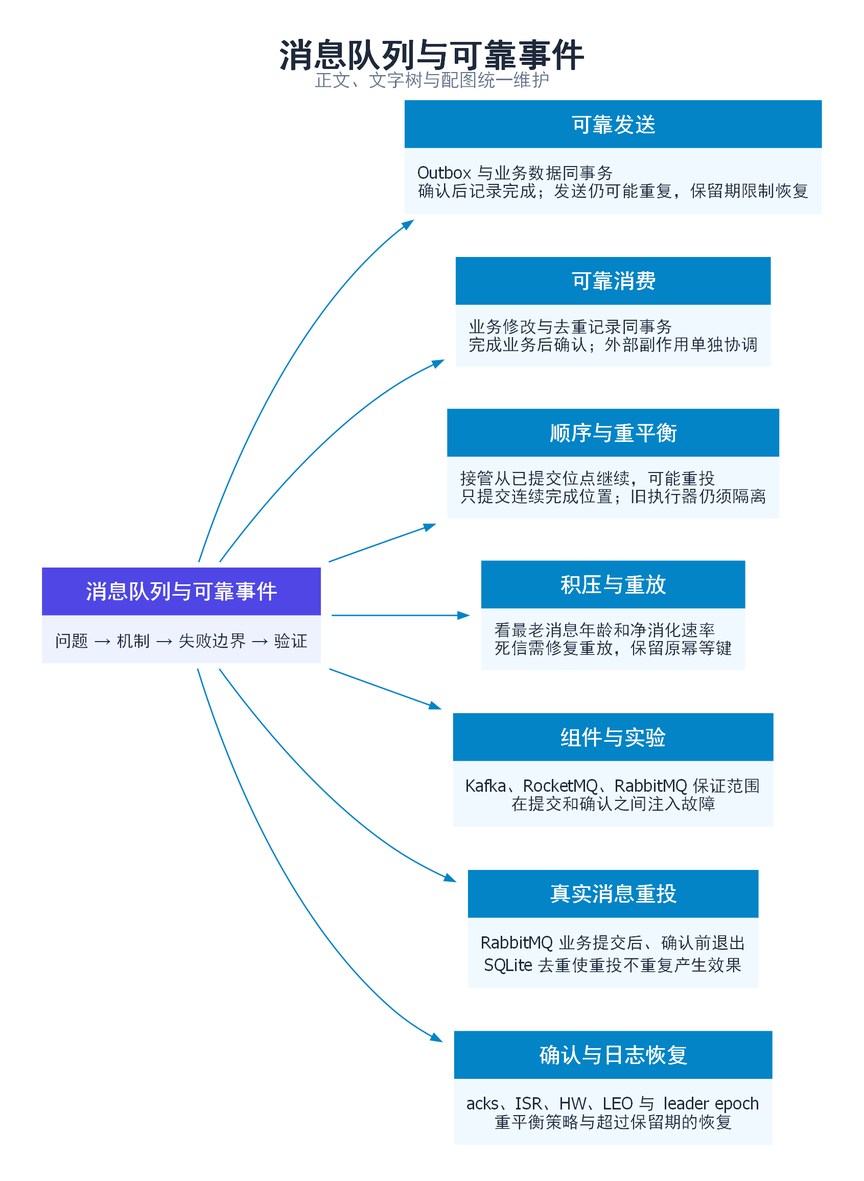
Earlier version of the Graphviz export 分布式系统/images/topic-07-mindmap.png (zingerWang/Jobs). Its source is kept beside it as 分布式系统/images/topic-07-mindmap.dot. Source of this version:
```dot
digraph G {
graph [rankdir=LR, bgcolor="white", dpi=200, pad=0.3, nodesep=0.3, ranksep=0.6, fontname="PingFang SC", labelloc=t, label=<<FONT POINT-SIZE="24" COLOR="#1E293B"><B>消息队列与可靠事件</B></FONT><BR/><FONT POINT-SIZE="13" COLOR="#64748B">正文、文字树与配图统一维护</FONT>>];
node [shape=plaintext, fontname="PingFang SC"];
edge [fontname="PingFang SC", fontsize=11, arrowhead=normal, arrowsize=0.7, color="#0284C7", fontcolor="#0284C7"];
root [label=<<TABLE BORDER="0" CELLBORDER="0" CELLSPACING="0" CELLPADDING="9"><TR><TD BGCOLOR="#4F46E5"><FONT COLOR="white" POINT-SIZE="15"><B>消息队列与可靠事件</B></FONT></TD></TR><TR><TD BGCOLOR="#EEF2FF" ALIGN="LEFT"><FONT COLOR="#1E293B" POINT-SIZE="12">问题 → 机制 → 失败边界 → 验证</FONT></TD></TR></TABLE>>];
n0 [label=<<TABLE BORDER="0" CELLBORDER="0" CELLSPACING="0" CELLPADDING="9"><TR><TD BGCOLOR="#0284C7"><FONT COLOR="white" POINT-SIZE="15"><B>可靠发送</B></FONT></TD></TR><TR><TD BGCOLOR="#F0F9FF" ALIGN="LEFT"><FONT COLOR="#1E293B" POINT-SIZE="12">Outbox 与业务数据同事务<BR ALIGN="LEFT"/>确认后记录完成；发送仍可能重复，保留期限制恢复</FONT></TD></TR></TABLE>>];
n1 [label=<<TABLE BORDER="0" CELLBORDER="0" CELLSPACING="0" CELLPADDING="9"><TR><TD BGCOLOR="#0284C7"><FONT COLOR="white" POINT-SIZE="15"><B>可靠消费</B></FONT></TD></TR><TR><TD BGCOLOR="#F0F9FF" ALIGN="LEFT"><FONT COLOR="#1E293B" POINT-SIZE="12">业务修改与去重记录同事务<BR ALIGN="LEFT"/>完成业务后确认；外部副作用单独协调</FONT></TD></TR></TABLE>>];
n2 [label=<<TABLE BORDER="0" CELLBORDER="0" CELLSPACING="0" CELLPADDING="9"><TR><TD BGCOLOR="#0284C7"><FONT COLOR="white" POINT-SIZE="15"><B>顺序与重平衡</B></FONT></TD></TR><TR><TD BGCOLOR="#F0F9FF" ALIGN="LEFT"><FONT COLOR="#1E293B" POINT-SIZE="12">接管从已提交位点继续，可能重投<BR ALIGN="LEFT"/>只提交连续完成位置；旧执行器仍须隔离</FONT></TD></TR></TABLE>>];
n3 [label=<<TABLE BORDER="0" CELLBORDER="0" CELLSPACING="0" CELLPADDING="9"><TR><TD BGCOLOR="#0284C7"><FONT COLOR="white" POINT-SIZE="15"><B>积压与重放</B></FONT></TD></TR><TR><TD BGCOLOR="#F0F9FF" ALIGN="LEFT"><FONT COLOR="#1E293B" POINT-SIZE="12">看最老消息年龄和净消化速率<BR ALIGN="LEFT"/>死信需修复重放，保留原幂等键</FONT></TD></TR></TABLE>>];
n4 [label=<<TABLE BORDER="0" CELLBORDER="0" CELLSPACING="0" CELLPADDING="9"><TR><TD BGCOLOR="#0284C7"><FONT COLOR="white" POINT-SIZE="15"><B>组件与实验</B></FONT></TD></TR><TR><TD BGCOLOR="#F0F9FF" ALIGN="LEFT"><FONT COLOR="#1E293B" POINT-SIZE="12">Kafka、RocketMQ、RabbitMQ 保证范围<BR ALIGN="LEFT"/>在提交和确认之间注入故障</FONT></TD></TR></TABLE>>];
n5 [label=<<TABLE BORDER="0" CELLBORDER="0" CELLSPACING="0" CELLPADDING="9"><TR><TD BGCOLOR="#0284C7"><FONT COLOR="white" POINT-SIZE="15"><B>真实消息重投</B></FONT></TD></TR><TR><TD BGCOLOR="#F0F9FF" ALIGN="LEFT"><FONT COLOR="#1E293B" POINT-SIZE="12">RabbitMQ 业务提交后、确认前退出<BR ALIGN="LEFT"/>SQLite 去重使重投不重复产生效果</FONT></TD></TR></TABLE>>];
n6 [label=<<TABLE BORDER="0" CELLBORDER="0" CELLSPACING="0" CELLPADDING="9"><TR><TD BGCOLOR="#0284C7"><FONT COLOR="white" POINT-SIZE="15"><B>确认与日志恢复</B></FONT></TD></TR><TR><TD BGCOLOR="#F0F9FF" ALIGN="LEFT"><FONT COLOR="#1E293B" POINT-SIZE="12">acks、ISR、HW、LEO 与 leader epoch<BR ALIGN="LEFT"/>重平衡策略与超过保留期的恢复</FONT></TD></TR></TABLE>>];
root -> n0;
root -> n1;
root -> n2;
root -> n3;
root -> n4;
root -> n5;
root -> n6;
}
```
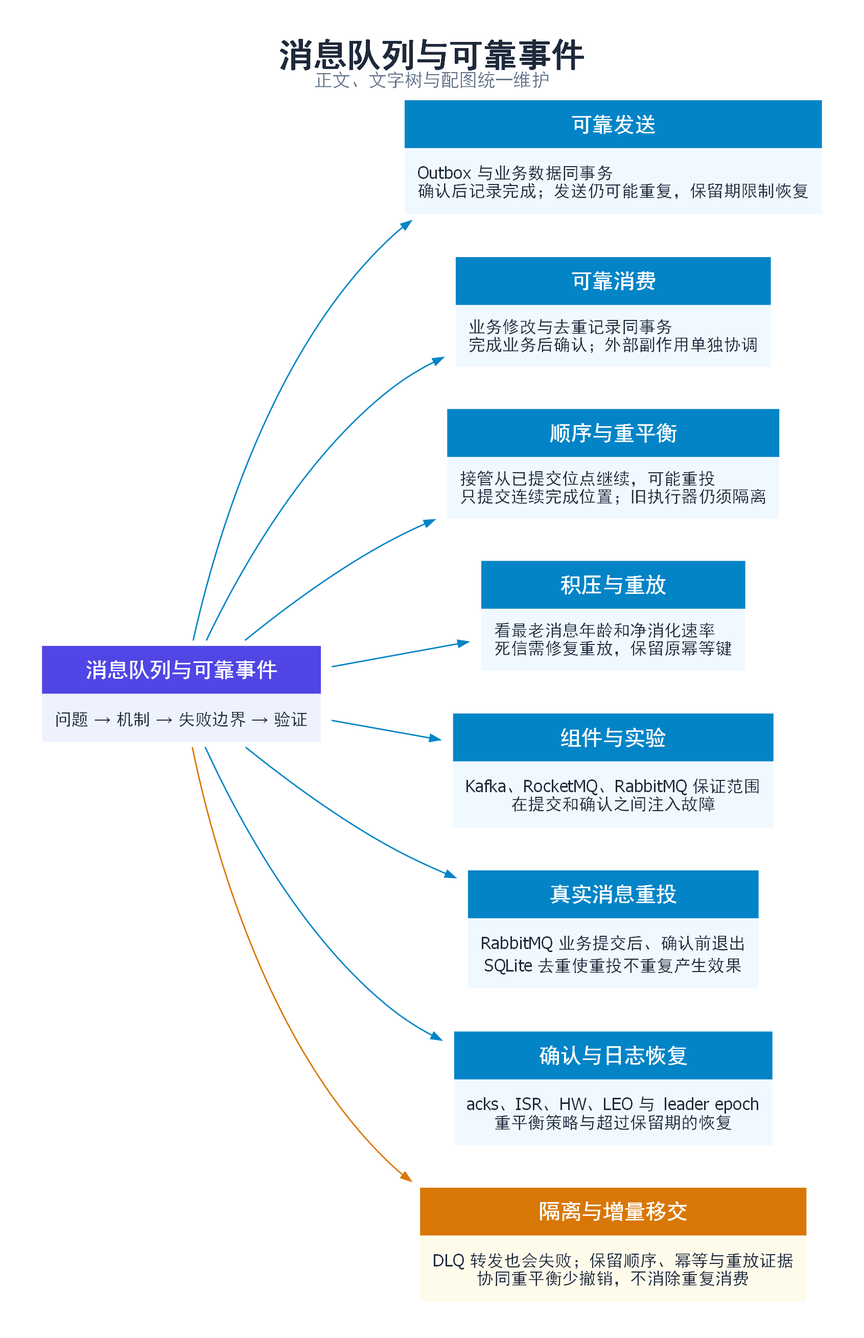
After the commit.

What changed in the source:
```diff
@@ -17,4 +17,6 @@
 root -> n4;
 root -> n5;
 root -> n6;
+engineering [label=<<TABLE BORDER="0" CELLBORDER="0" CELLSPACING="0" CELLPADDING="9"><TR><TD BGCOLOR="#D97706"><FONT COLOR="white" POINT-SIZE="15"><B>隔离与增量移交</B></FONT></TD></TR><TR><TD BGCOLOR="#FFFBEB" ALIGN="LEFT"><FONT COLOR="#1E293B" POINT-SIZE="12">DLQ 转发也会失败；保留顺序、幂等与重放证据<BR ALIGN="LEFT"/>协同重平衡少撤销，不消除重复消费</FONT></TD></TR></TABLE>>];
+root -> engineering [color="#D97706",fontcolor="#D97706"];
 }
```
